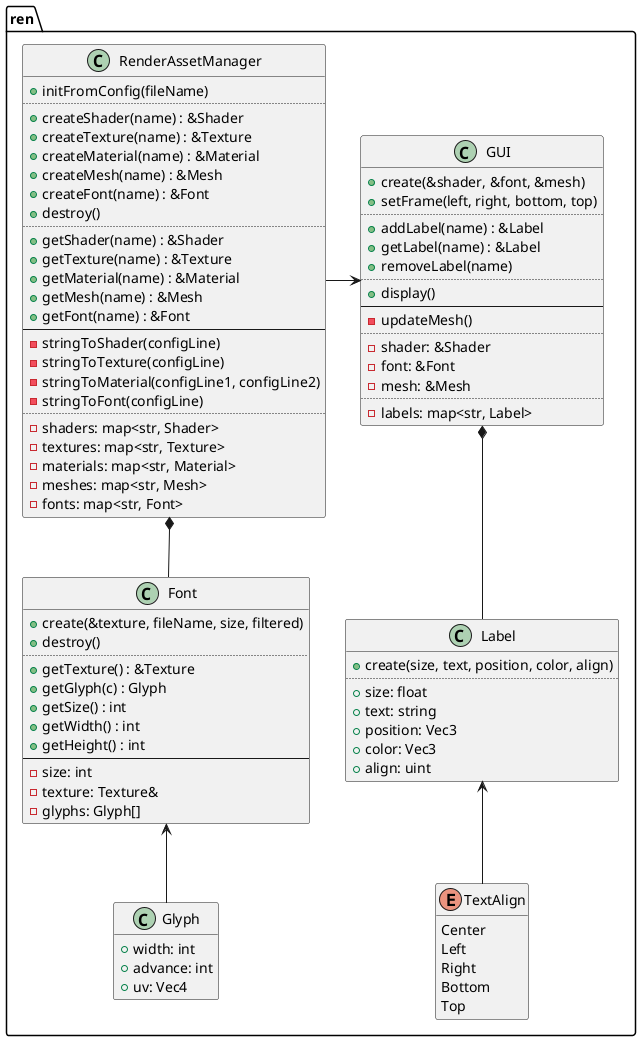
ba6er/marblemaze keeps this PlantUML diagram as design/label.png. Above is the earlier version.
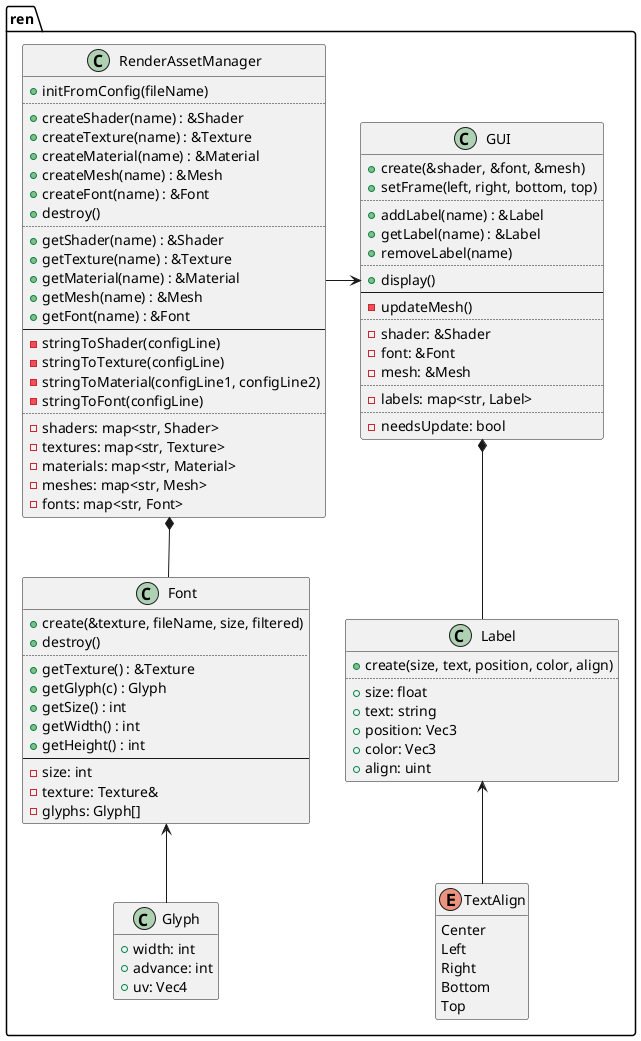
Above is the later version.

Commit message:
Implemented label removal, optimized GUI::updateMesh to only update when nescessary

The edit, as a diff of the source:
```diff
@@ -68,6 +68,8 @@
 	-mesh: &Mesh
 	..
 	-labels: map<str, Label>
+	..
+	-needsUpdate: bool
 }
 
 enum ren::TextAlign {
```
